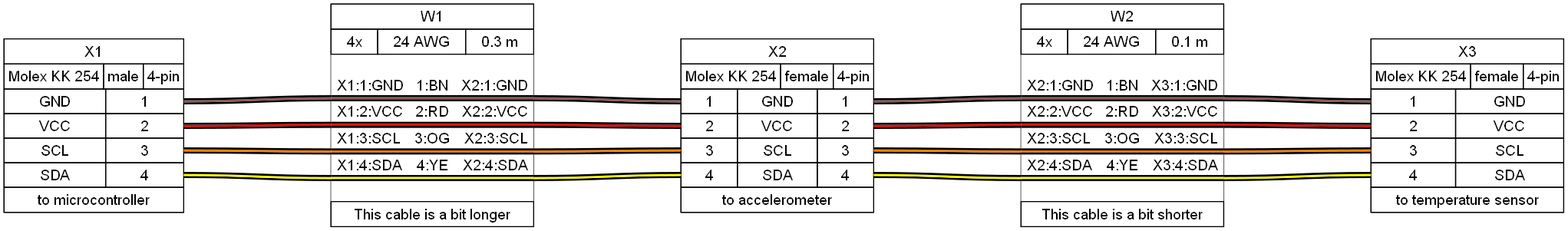
Earlier version of the Graphviz export tutorial/tutorial04.png (wireviz/WireViz). Its source is kept beside it as tutorial/tutorial04.gv.
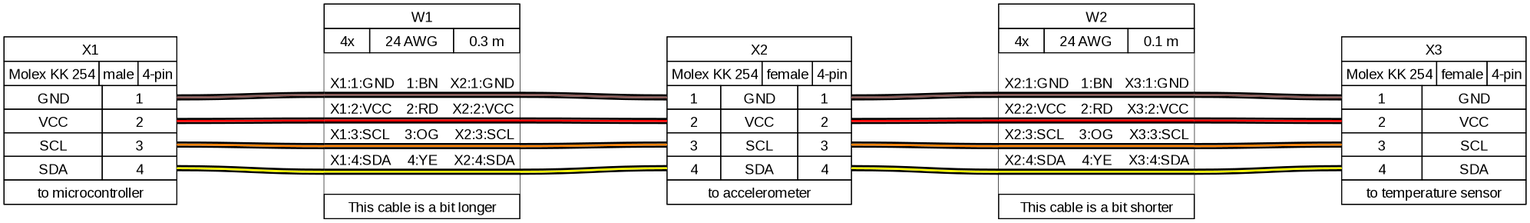
The same diagram one commit later.

Diff of the diagram source:
```diff
@@ -29,22 +29,18 @@
    <table border="0" cellborder="1" cellpadding="3" cellspacing="0">
     <tr>
      <td>GND</td>
-     []
      <td port="p1r">1</td>
     </tr>
     <tr>
      <td>VCC</td>
-     []
      <td port="p2r">2</td>
     </tr>
     <tr>
      <td>SCL</td>
-     []
      <td port="p3r">3</td>
     </tr>
     <tr>
      <td>SDA</td>
-     []
      <td port="p4r">4</td>
     </tr>
    </table>
@@ -89,25 +85,21 @@
     <tr>
      <td port="p1l">1</td>
      <td>GND</td>
-     []
      <td port="p1r">1</td>
     </tr>
     <tr>
      <td port="p2l">2</td>
      <td>VCC</td>
-     []
      <td port="p2r">2</td>
     </tr>
     <tr>
      <td port="p3l">3</td>
      <td>SCL</td>
-     []
      <td port="p3r">3</td>
     </tr>
     <tr>
      <td port="p4l">4</td>
      <td>SDA</td>
-     []
      <td port="p4r">4</td>
     </tr>
    </table>
@@ -152,22 +144,18 @@
     <tr>
      <td port="p1l">1</td>
      <td>GND</td>
-     []
     </tr>
     <tr>
      <td port="p2l">2</td>
      <td>VCC</td>
-     []
     </tr>
     <tr>
      <td port="p3l">3</td>
      <td>SCL</td>
-     []
     </tr>
     <tr>
      <td port="p4l">4</td>
      <td>SDA</td>
-     []
     </tr>
    </table>
   </td>
@@ -219,19 +207,7 @@
      <td align="right">X2:1:GND </td>
     </tr>
     <tr>
-     <td border="0" cellspacing="0" cellpadding="0" colspan="5" height="6" port="w1">
-      <table border="0" cellborder="0" cellspacing="0">
-       <tr>
-        <td bgcolor="#FFFFFF" border="0" cellpadding="0" colspan="5" height="2"></td>
-       </tr>
-       <tr>
-        <td bgcolor="#FFFFFF" border="0" cellpadding="0" colspan="5" height="2"></td>
-       </tr>
-       <tr>
-        <td bgcolor="#FFFFFF" border="0" cellpadding="0" colspan="5" height="2"></td>
-       </tr>
-      </table>
-     </td>
+     <td border="0" cellspacing="0" cellpadding="0" colspan="5" height="6" port="w1"></td>
     </tr>
     <tr>
      <td align="left"> X1:2:VCC</td>
@@ -241,19 +217,7 @@
      <td align="right">X2:2:VCC </td>
     </tr>
     <tr>
-     <td border="0" cellspacing="0" cellpadding="0" colspan="5" height="6" port="w2">
-      <table border="0" cellborder="0" cellspacing="0">
-       <tr>
-        <td bgcolor="#FFFFFF" border="0" cellpadding="0" colspan="5" height="2"></td>
-       </tr>
-       <tr>
-        <td bgcolor="#FFFFFF" border="0" cellpadding="0" colspan="5" height="2"></td>
-       </tr>
-       <tr>
-        <td bgcolor="#FFFFFF" border="0" cellpadding="0" colspan="5" height="2"></td>
-       </tr>
-      </table>
-     </td>
+     <td border="0" cellspacing="0" cellpadding="0" colspan="5" height="6" port="w2"></td>
     </tr>
     <tr>
      <td align="left"> X1:3:SCL</td>
@@ -263,19 +227,7 @@
      <td align="right">X2:3:SCL </td>
     </tr>
     <tr>
-     <td border="0" cellspacing="0" cellpadding="0" colspan="5" height="6" port="w3">
-      <table border="0" cellborder="0" cellspacing="0">
-       <tr>
-        <td bgcolor="#FFFFFF" border="0" cellpadding="0" colspan="5" height="2"></td>
-       </tr>
-       <tr>
-        <td bgcolor="#FFFFFF" border="0" cellpadding="0" colspan="5" height="2"></td>
-       </tr>
-       <tr>
-        <td bgcolor="#FFFFFF" border="0" cellpadding="0" colspan="5" height="2"></td>
-       </tr>
-      </table>
-     </td>
+     <td border="0" cellspacing="0" cellpadding="0" colspan="5" height="6" port="w3"></td>
     </tr>
     <tr>
      <td align="left"> X1:4:SDA</td>
@@ -285,19 +237,7 @@
      <td align="right">X2:4:SDA </td>
     </tr>
     <tr>
-     <td border="0" cellspacing="0" cellpadding="0" colspan="5" height="6" port="w4">
-      <table border="0" cellborder="0" cellspacing="0">
-       <tr>
-        <td bgcolor="#FFFFFF" border="0" cellpadding="0" colspan="5" height="2"></td>
-       </tr>
-       <tr>
-        <td bgcolor="#FFFFFF" border="0" cellpadding="0" colspan="5" height="2"></td>
-       </tr>
-       <tr>
-        <td bgcolor="#FFFFFF" border="0" cellpadding="0" colspan="5" height="2"></td>
-       </tr>
-      </table>
-     </td>
+     <td border="0" cellspacing="0" cellpadding="0" colspan="5" height="6" port="w4"></td>
     </tr>
     <tr>
      <td>&nbsp;</td>
@@ -368,19 +308,7 @@
      <td align="right">X3:1:GND </td>
     </tr>
     <tr>
-     <td border="0" cellspacing="0" cellpadding="0" colspan="5" height="6" port="w1">
-      <table border="0" cellborder="0" cellspacing="0">
-       <tr>
-        <td bgcolor="#FFFFFF" border="0" cellpadding="0" colspan="5" height="2"></td>
-       </tr>
-       <tr>
-        <td bgcolor="#FFFFFF" border="0" cellpadding="0" colspan="5" height="2"></td>
-       </tr>
-       <tr>
-        <td bgcolor="#FFFFFF" border="0" cellpadding="0" colspan="5" height="2"></td>
-       </tr>
-      </table>
-     </td>
+     <td border="0" cellspacing="0" cellpadding="0" colspan="5" height="6" port="w1"></td>
     </tr>
     <tr>
      <td align="left"> X2:2:VCC</td>
@@ -390,19 +318,7 @@
      <td align="right">X3:2:VCC </td>
     </tr>
     <tr>
-     <td border="0" cellspacing="0" cellpadding="0" colspan="5" height="6" port="w2">
-      <table border="0" cellborder="0" cellspacing="0">
-       <tr>
-        <td bgcolor="#FFFFFF" border="0" cellpadding="0" colspan="5" height="2"></td>
-       </tr>
-       <tr>
-        <td bgcolor="#FFFFFF" border="0" cellpadding="0" colspan="5" height="2"></td>
-       </tr>
-       <tr>
-        <td bgcolor="#FFFFFF" border="0" cellpadding="0" colspan="5" height="2"></td>
-       </tr>
-      </table>
-     </td>
+     <td border="0" cellspacing="0" cellpadding="0" colspan="5" height="6" port="w2"></td>
     </tr>
     <tr>
      <td align="left"> X2:3:SCL</td>
@@ -412,19 +328,7 @@
      <td align="right">X3:3:SCL </td>
     </tr>
     <tr>
-     <td border="0" cellspacing="0" cellpadding="0" colspan="5" height="6" port="w3">
-      <table border="0" cellborder="0" cellspacing="0">
-       <tr>
-        <td bgcolor="#FFFFFF" border="0" cellpadding="0" colspan="5" height="2"></td>
-       </tr>
-       <tr>
-        <td bgcolor="#FFFFFF" border="0" cellpadding="0" colspan="5" height="2"></td>
-       </tr>
-       <tr>
-        <td bgcolor="#FFFFFF" border="0" cellpadding="0" colspan="5" height="2"></td>
-       </tr>
-      </table>
-     </td>
+     <td border="0" cellspacing="0" cellpadding="0" colspan="5" height="6" port="w3"></td>
     </tr>
     <tr>
      <td align="left"> X2:4:SDA</td>
@@ -434,19 +338,7 @@
      <td align="right">X3:4:SDA </td>
     </tr>
     <tr>
-     <td border="0" cellspacing="0" cellpadding="0" colspan="5" height="6" port="w4">
-      <table border="0" cellborder="0" cellspacing="0">
-       <tr>
-        <td bgcolor="#FFFFFF" border="0" cellpadding="0" colspan="5" height="2"></td>
-       </tr>
-       <tr>
-        <td bgcolor="#FFFFFF" border="0" cellpadding="0" colspan="5" height="2"></td>
-       </tr>
-       <tr>
-        <td bgcolor="#FFFFFF" border="0" cellpadding="0" colspan="5" height="2"></td>
-       </tr>
-      </table>
-     </td>
+     <td border="0" cellspacing="0" cellpadding="0" colspan="5" height="6" port="w4"></td>
     </tr>
     <tr>
      <td>&nbsp;</td>
```
